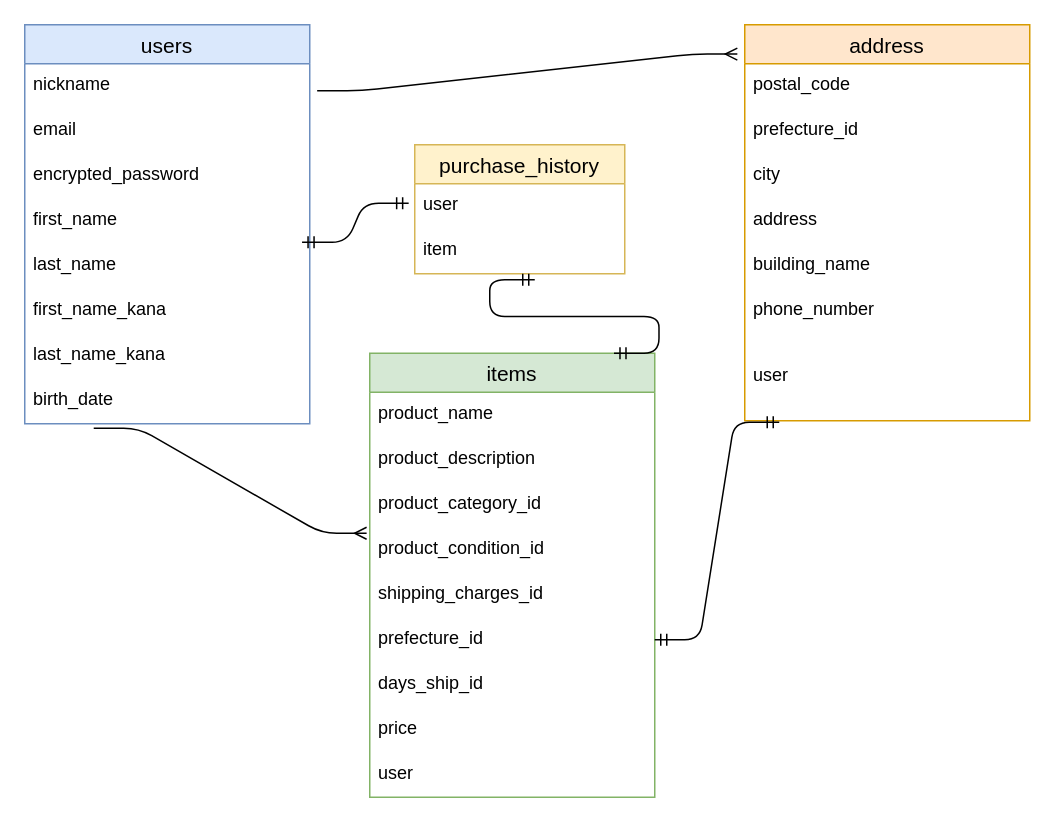
The draw.io diagram ERZU.dio in Yuuki0205/furima-35553, before the edit. Source tidied: cells renumbered, new cells numbered last; positions are measured from the earlier drawing's top-left corner, leaving out a move shared by most shapes. Both pictures are drawn from the tidied source at 150%, with x=0, y=0 at pixel (24, 24).
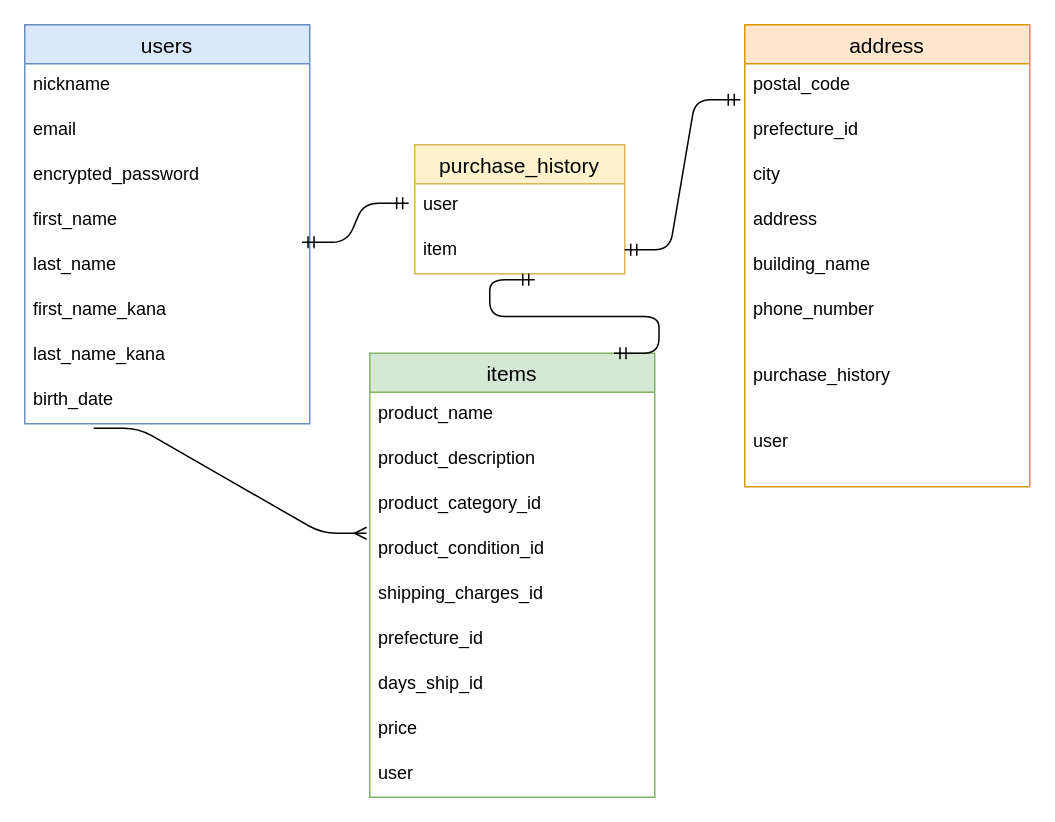
Above is the later version.

Commit message (it also covers changes not shown here):
データベース設計

The change refers to these unchanged cells:
```xml
<mxCell id="3" value="nickname" style="text;spacingLeft=4;spacingRight=4;overflow=hidden;points=[[0,0.5],[1,0.5]];portConstraint=eastwest;fontSize=12;" parent="2" vertex="1">
  <mxGeometry y="26" width="190" height="30" as="geometry" />
</mxCell>
<mxCell id="17" value="prefecture_id" style="text;strokeColor=none;fillColor=none;spacingLeft=4;spacingRight=4;overflow=hidden;points=[[0,0.5],[1,0.5]];portConstraint=eastwest;fontSize=12;" parent="11" vertex="1">
  <mxGeometry y="176" width="190" height="30" as="geometry" />
</mxCell>
```

The edit, as a diff of the source:
```diff
@@
     <mxCell id="22" value="address" style="swimlane;fontStyle=0;horizontal=1;startSize=26;align=center;fontSize=14;fillColor=#ffe6cc;strokeColor=#d79b00;" parent="1" vertex="1">
-      <mxGeometry x="480" width="190" height="264" as="geometry" />
+      <mxGeometry x="480" width="190" height="308" as="geometry" />
     </mxCell>
@@
-    <mxCell id="29" value="user" style="text;strokeColor=none;fillColor=none;spacingLeft=4;spacingRight=4;overflow=hidden;points=[[0,0.5],[1,0.5]];portConstraint=eastwest;fontSize=12;" parent="22" vertex="1">
+    <mxCell id="29" value="purchase_history" style="text;strokeColor=none;fillColor=none;spacingLeft=4;spacingRight=4;overflow=hidden;points=[[0,0.5],[1,0.5]];portConstraint=eastwest;fontSize=12;" parent="22" vertex="1">
       <mxGeometry y="220" width="190" height="44" as="geometry" />
     </mxCell>
-    <mxCell id="30" style="edgeStyle=entityRelationEdgeStyle;fontSize=12;html=1;endArrow=ERmany;entryX=-0.026;entryY=0.074;entryDx=0;entryDy=0;entryPerimeter=0;exitX=1.026;exitY=0.6;exitDx=0;exitDy=0;exitPerimeter=0;" parent="1" edge="1" source="3" target="22">
-      <mxGeometry relative="1" as="geometry" />
-    </mxCell>
+    <mxCell id="38" value="user" style="text;strokeColor=none;fillColor=none;spacingLeft=4;spacingRight=4;overflow=hidden;fontSize=12;" parent="22" vertex="1">
+      <mxGeometry y="264" width="190" height="44" as="geometry" />
+    </mxCell>
@@
-    <mxCell id="37" style="edgeStyle=entityRelationEdgeStyle;fontSize=12;html=1;endArrow=ERmandOne;startArrow=ERmandOne;entryX=0.121;entryY=1.023;entryDx=0;entryDy=0;entryPerimeter=0;" parent="1" edge="1" source="17" target="29">
-      <mxGeometry relative="1" as="geometry" />
-    </mxCell>
+    <mxCell id="39" style="edgeStyle=entityRelationEdgeStyle;fontSize=12;html=1;endArrow=ERmandOne;startArrow=ERmandOne;" parent="1" edge="1">
+      <mxGeometry relative="1" as="geometry">
+        <mxPoint x="400" y="150" as="sourcePoint" />
+        <mxPoint x="477" y="50" as="targetPoint" />
+      </mxGeometry>
+    </mxCell>
```
